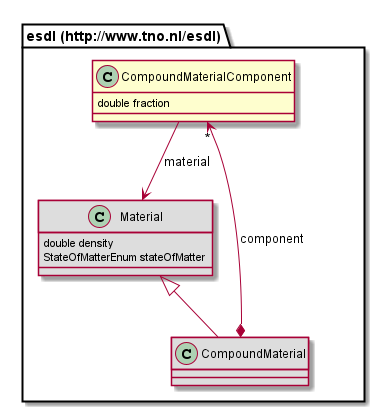
The PlantUML diagram 687474703a2f2f7777772e746e6f2e6e6c2f6573646c/CompoundMaterialComponent.png in EnergyTransition/energytransition.github.io, before a commit. Source of this version:
```plantuml
@startuml
class "esdl (http://www.tno.nl/esdl).CompoundMaterialComponent" [[#router/doc-content/687474703a2f2f7777772e746e6f2e6e6c2f6573646c/CompoundMaterialComponent.html]] {
	double fraction
}
class "esdl (http://www.tno.nl/esdl).Material" [[#router/doc-content/687474703a2f2f7777772e746e6f2e6e6c2f6573646c/Material.html{Class for describing materials other than carriers (e.g. water as an input for an electrolyzer)}]] #DDDDDD {
	double density
	StateOfMatterEnum stateOfMatter
}
class "esdl (http://www.tno.nl/esdl).CompoundMaterial" [[#router/doc-content/687474703a2f2f7777772e746e6f2e6e6c2f6573646c/CompoundMaterial.html]] #DDDDDD {
}
"esdl (http://www.tno.nl/esdl).Material" <|-- "esdl (http://www.tno.nl/esdl).CompoundMaterial"
"esdl (http://www.tno.nl/esdl).CompoundMaterialComponent" --> "esdl (http://www.tno.nl/esdl).Material" : material
"esdl (http://www.tno.nl/esdl).CompoundMaterial" *--> "*" "esdl (http://www.tno.nl/esdl).CompoundMaterialComponent" : component
@enduml
```
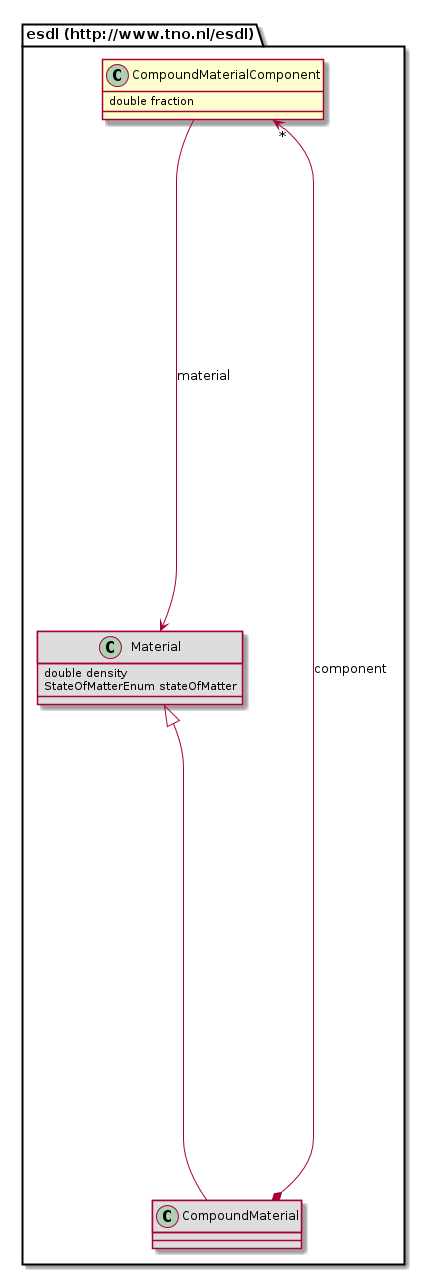
The same file after the commit.

Change to the diagram source:
```diff
@@ -1,14 +1,14 @@
 @startuml
 class "esdl (http://www.tno.nl/esdl).CompoundMaterialComponent" [[#router/doc-content/687474703a2f2f7777772e746e6f2e6e6c2f6573646c/CompoundMaterialComponent.html]] {
 	double fraction
+}
+class "esdl (http://www.tno.nl/esdl).CompoundMaterial" [[#router/doc-content/687474703a2f2f7777772e746e6f2e6e6c2f6573646c/CompoundMaterial.html]] #DDDDDD {
 }
 class "esdl (http://www.tno.nl/esdl).Material" [[#router/doc-content/687474703a2f2f7777772e746e6f2e6e6c2f6573646c/Material.html{Class for describing materials other than carriers (e.g. water as an input for an electrolyzer)}]] #DDDDDD {
 	double density
 	StateOfMatterEnum stateOfMatter
 }
-class "esdl (http://www.tno.nl/esdl).CompoundMaterial" [[#router/doc-content/687474703a2f2f7777772e746e6f2e6e6c2f6573646c/CompoundMaterial.html]] #DDDDDD {
-}
 "esdl (http://www.tno.nl/esdl).Material" <|-- "esdl (http://www.tno.nl/esdl).CompoundMaterial"
+"esdl (http://www.tno.nl/esdl).CompoundMaterial" *--> "*" "esdl (http://www.tno.nl/esdl).CompoundMaterialComponent" : component
 "esdl (http://www.tno.nl/esdl).CompoundMaterialComponent" --> "esdl (http://www.tno.nl/esdl).Material" : material
-"esdl (http://www.tno.nl/esdl).CompoundMaterial" *--> "*" "esdl (http://www.tno.nl/esdl).CompoundMaterialComponent" : component
 @enduml
```
